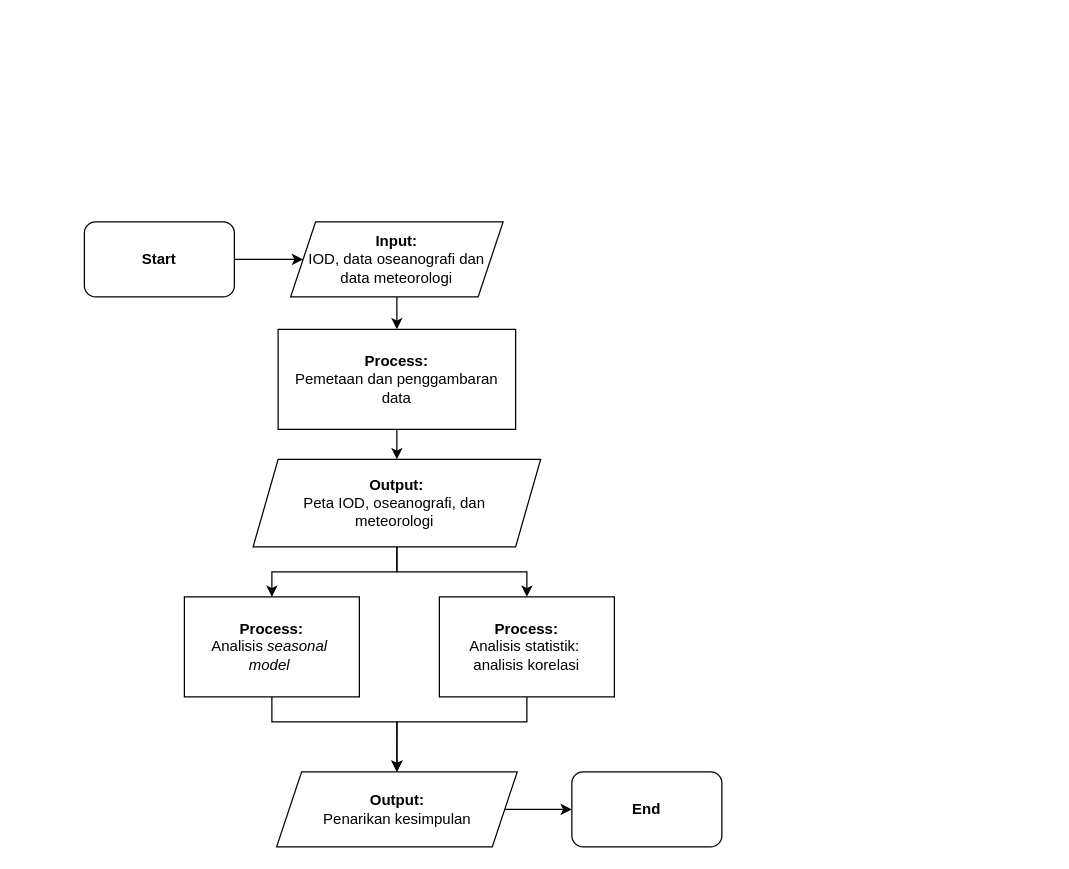
hidayatmn378/MyDissertation keeps this draw.io diagram as editable/Flowchart_Diagram.drawio. Above is the earlier version. Source tidied: cells renumbered, new cells numbered last; positions are measured from the earlier drawing's top-left corner, leaving out a move shared by most shapes. Both pictures are drawn from the tidied source at 125%, with x=0, y=0 at pixel (84, 221).
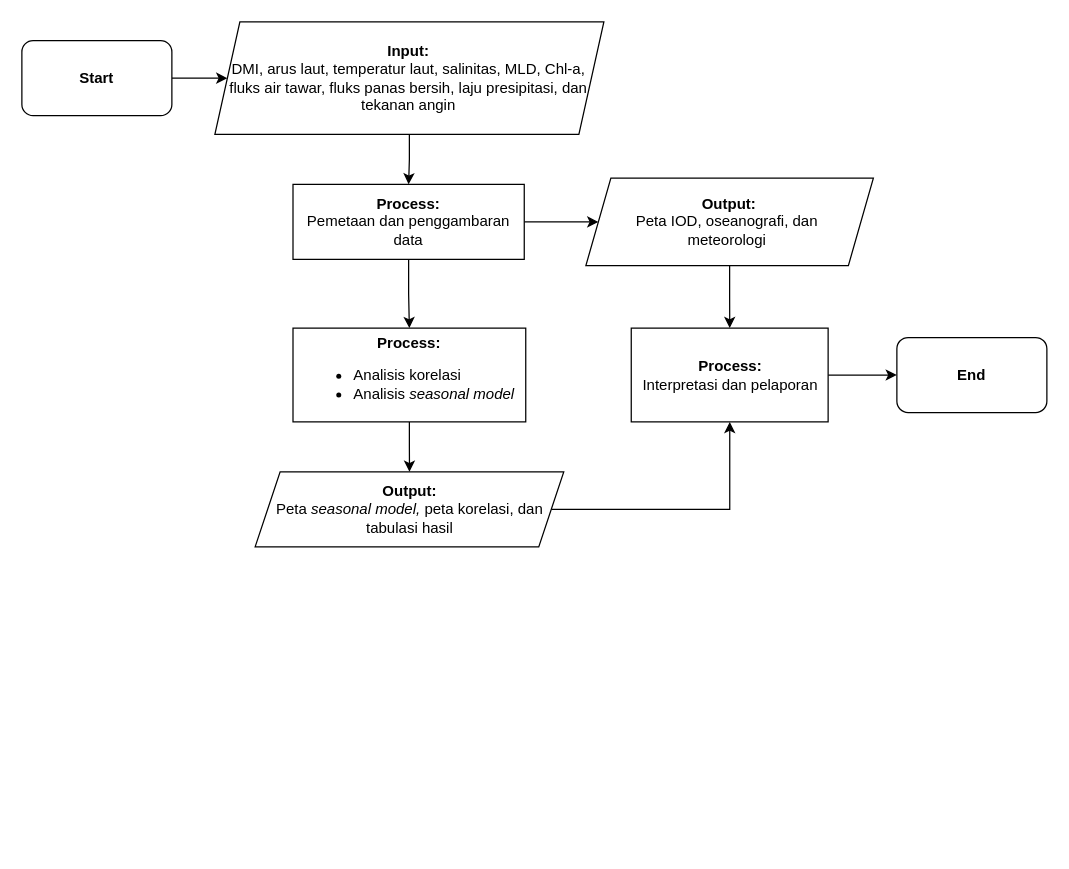
Above is the later version.

Commit message (it also covers changes not shown here):
flowchart modified and the writing about it

The edit, as a diff of the source:
```diff
@@
     <mxCell id="3" value="Start" style="rounded=1;whiteSpace=wrap;html=1;fontStyle=1;" parent="1" vertex="1">
-      <mxGeometry width="120" height="60" as="geometry" />
+      <mxGeometry x="-50" y="-145" width="120" height="60" as="geometry" />
     </mxCell>
@@
-    <mxCell id="5" value="&lt;div&gt;&lt;b&gt;Input:&lt;/b&gt;&lt;/div&gt;&lt;div&gt;IOD, data oseanografi dan &lt;br&gt;&lt;/div&gt;&lt;div&gt;data meteorologi&lt;/div&gt;" style="shape=parallelogram;perimeter=parallelogramPerimeter;whiteSpace=wrap;html=1;fixedSize=1;" parent="1" vertex="1">
-      <mxGeometry x="165" width="170" height="60" as="geometry" />
+    <mxCell id="5" value="&lt;div&gt;&lt;b&gt;Input:&lt;/b&gt;&lt;/div&gt;&lt;div&gt;DMI, arus laut, temperatur laut, salinitas, MLD, Chl-a, fluks air tawar, fluks panas bersih, laju presipitasi, dan tekanan angin&lt;br&gt;&lt;/div&gt;" style="shape=parallelogram;perimeter=parallelogramPerimeter;whiteSpace=wrap;html=1;fixedSize=1;align=center;" parent="1" vertex="1">
+      <mxGeometry x="104.4" y="-160" width="311.2" height="90" as="geometry" />
     </mxCell>
@@
+    <mxCell id="18" style="edgeStyle=orthogonalEdgeStyle;rounded=0;jettySize=auto;html=1;" parent="1" edge="1" source="7" target="14">
+      <mxGeometry relative="1" as="geometry" />
+    </mxCell>
-    <mxCell id="7" value="&lt;div&gt;&lt;b&gt;Process:&lt;/b&gt;&lt;/div&gt;&lt;div&gt;Pemetaan dan penggambaran data&lt;/div&gt;" style="whiteSpace=wrap;html=1;" parent="1" vertex="1">
-      <mxGeometry x="155" y="86" width="190" height="80" as="geometry" />
+    <mxCell id="7" value="&lt;div&gt;&lt;b&gt;Process:&lt;/b&gt;&lt;/div&gt;&lt;div&gt;Pemetaan dan penggambaran data &lt;br&gt;&lt;/div&gt;" style="whiteSpace=wrap;html=1;" parent="1" vertex="1">
+      <mxGeometry x="166.9" y="-30" width="185" height="60" as="geometry" />
     </mxCell>
-    <mxCell id="8" style="edgeStyle=orthogonalEdgeStyle;rounded=0;jettySize=auto;html=1;" parent="1" edge="1" source="10" target="12">
-      <mxGeometry relative="1" as="geometry" />
-    </mxCell>
-    <mxCell id="9" style="edgeStyle=orthogonalEdgeStyle;rounded=0;jettySize=auto;html=1;" parent="1" edge="1" source="10" target="14">
-      <mxGeometry relative="1" as="geometry" />
-    </mxCell>
+    <mxCell id="19" style="edgeStyle=orthogonalEdgeStyle;rounded=0;jettySize=auto;html=1;" parent="1" edge="1" source="10" target="22">
+      <mxGeometry relative="1" as="geometry" />
+    </mxCell>
     <mxCell id="10" value="&lt;b&gt;Output:&lt;/b&gt;&lt;br&gt;&lt;div&gt;Peta IOD, oseanografi, dan&amp;nbsp;&lt;/div&gt;&lt;div&gt;meteorologi&amp;nbsp;&lt;/div&gt;" style="shape=parallelogram;perimeter=parallelogramPerimeter;whiteSpace=wrap;html=1;fixedSize=1;" parent="1" vertex="1">
-      <mxGeometry x="135" y="190" width="230" height="70" as="geometry" />
+      <mxGeometry x="401.2" y="-35" width="230" height="70" as="geometry" />
     </mxCell>
-    <mxCell id="11" style="edgeStyle=orthogonalEdgeStyle;rounded=0;jettySize=auto;html=1;" parent="1" edge="1" source="12" target="16">
-      <mxGeometry relative="1" as="geometry">
-        <Array as="points">
-          <mxPoint x="150" y="400" />
-          <mxPoint x="250" y="400" />
-        </Array>
-      </mxGeometry>
-    </mxCell>
-    <mxCell id="12" value="&lt;b&gt;Process:&lt;/b&gt;&lt;br&gt;&lt;div&gt;Analisis &lt;i&gt;seasonal&amp;nbsp;&lt;/i&gt;&lt;/div&gt;&lt;div&gt;&lt;i&gt;model&lt;/i&gt;&amp;nbsp;&lt;br&gt;&lt;/div&gt;" style="whiteSpace=wrap;html=1;" parent="1" vertex="1">
-      <mxGeometry x="80" y="300" width="140" height="80" as="geometry" />
-    </mxCell>
-    <mxCell id="13" style="edgeStyle=orthogonalEdgeStyle;rounded=0;jettySize=auto;html=1;entryX=0.5;entryY=0;entryDx=0;entryDy=0;" parent="1" edge="1" source="14" target="16">
-      <mxGeometry relative="1" as="geometry">
-        <Array as="points">
-          <mxPoint x="354" y="400" />
-          <mxPoint x="250" y="400" />
-        </Array>
-      </mxGeometry>
+    <mxCell id="13" style="edgeStyle=orthogonalEdgeStyle;rounded=0;jettySize=auto;html=1;" parent="1" edge="1" source="14" target="16">
+      <mxGeometry relative="1" as="geometry" />
     </mxCell>
-    <mxCell id="14" value="&lt;b&gt;Process:&lt;/b&gt;&lt;br&gt;&lt;div&gt;Analisis statistik:&amp;nbsp;&lt;/div&gt;&lt;div&gt;analisis korelasi&lt;br&gt;&lt;/div&gt;" style="rounded=0;whiteSpace=wrap;html=1;" parent="1" vertex="1">
-      <mxGeometry x="284" y="300" width="140" height="80" as="geometry" />
+    <mxCell id="14" value="&lt;b&gt;Process:&lt;/b&gt;&lt;br&gt;&lt;div&gt;&lt;ul&gt;&lt;li&gt;&lt;div align=&quot;left&quot;&gt;Analisis korelasi&lt;/div&gt;&lt;/li&gt;&lt;li&gt;&lt;div&gt;Analisis &lt;i&gt;seasonal model&lt;/i&gt;&lt;/div&gt;&lt;/li&gt;&lt;/ul&gt;&lt;/div&gt;" style="rounded=0;whiteSpace=wrap;html=1;align=center;" parent="1" vertex="1">
+      <mxGeometry x="166.9" y="85" width="186.2" height="75" as="geometry" />
     </mxCell>
-    <mxCell id="15" style="edgeStyle=orthogonalEdgeStyle;rounded=0;jettySize=auto;html=1;" parent="1" edge="1" source="16" target="17">
-      <mxGeometry relative="1" as="geometry" />
-    </mxCell>
+    <mxCell id="20" style="edgeStyle=orthogonalEdgeStyle;rounded=0;jettySize=auto;html=1;" parent="1" edge="1" source="16" target="22">
+      <mxGeometry relative="1" as="geometry" />
+    </mxCell>
-    <mxCell id="16" value="&lt;div&gt;&lt;b&gt;Output:&lt;/b&gt;&lt;/div&gt;&lt;div&gt;Penarikan kesimpulan&lt;/div&gt;" style="shape=parallelogram;perimeter=parallelogramPerimeter;whiteSpace=wrap;html=1;fixedSize=1;" parent="1" vertex="1">
-      <mxGeometry x="153.8" y="440" width="192.5" height="60" as="geometry" />
+    <mxCell id="16" value="&lt;div&gt;&lt;b&gt;Output:&lt;/b&gt;&lt;/div&gt;&lt;div&gt;Peta &lt;i&gt;seasonal model,&lt;/i&gt; peta korelasi, dan tabulasi hasil&lt;/div&gt;" style="shape=parallelogram;perimeter=parallelogramPerimeter;whiteSpace=wrap;html=1;fixedSize=1;" parent="1" vertex="1">
+      <mxGeometry x="136.6" y="200" width="246.9" height="60" as="geometry" />
     </mxCell>
     <mxCell id="17" value="&lt;b&gt;End&lt;/b&gt;" style="whiteSpace=wrap;html=1;rounded=1;" parent="1" vertex="1">
-      <mxGeometry x="390" y="440" width="120" height="60" as="geometry" />
+      <mxGeometry x="650" y="92.5" width="120" height="60" as="geometry" />
     </mxCell>
+    <mxCell id="21" style="edgeStyle=orthogonalEdgeStyle;rounded=0;jettySize=auto;html=1;exitX=1;exitY=0.5;exitDx=0;exitDy=0;" parent="1" edge="1" source="22" target="17">
+      <mxGeometry relative="1" as="geometry" />
+    </mxCell>
+    <mxCell id="22" value="&lt;div&gt;&lt;b&gt;Process:&lt;/b&gt;&lt;/div&gt;&lt;div&gt;Interpretasi dan pelaporan&lt;br&gt;&lt;/div&gt;" style="rounded=0;whiteSpace=wrap;html=1;fillColor=default;" parent="1" vertex="1">
+      <mxGeometry x="437.5" y="85" width="157.5" height="75" as="geometry" />
+    </mxCell>
```
